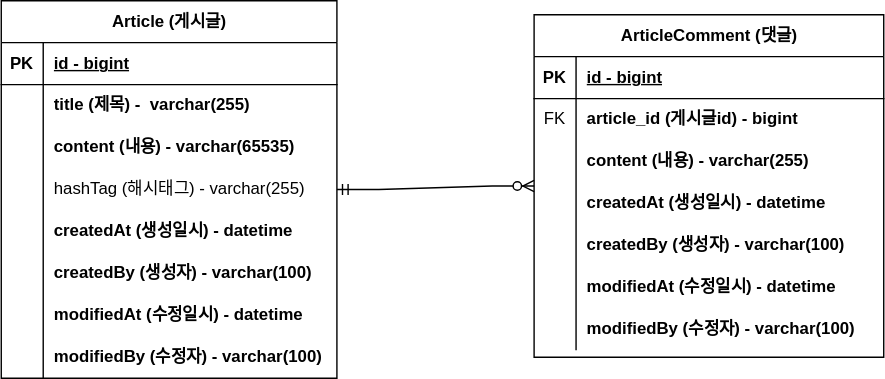
leeheeweon/Fastcampus keeps this draw.io diagram as fastcampus-project-board/document/project-board-erd.svg. Above is the earlier version. Source tidied: cells renumbered, new cells last; positions are measured from the earlier drawing's top-left corner, leaving out a move shared by most shapes.
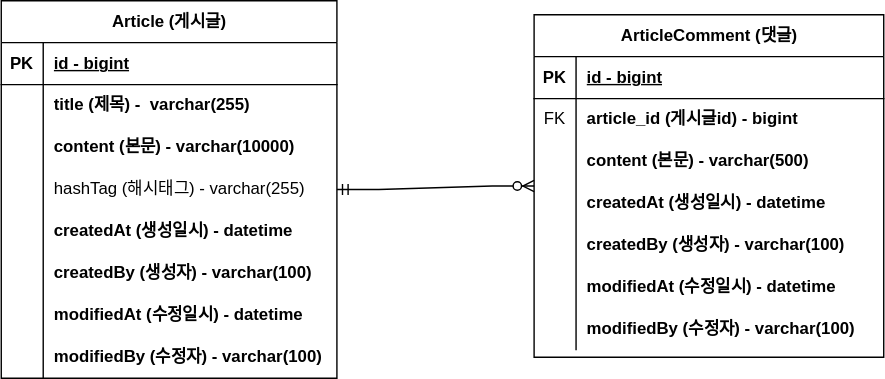
After the commit.

Commit message:
#5 - erd 수정 project-board-erd.svg 업데이트

Change to the diagram source:
```diff
@@ -29,7 +29,7 @@
     <mxCell id="10" style="shape=partialRectangle;fillColor=none;top=0;left=0;bottom=0;right=0;overflow=hidden;whiteSpace=wrap;html=1;" parent="9" vertex="1">
       <mxGeometry width="30" height="30" as="geometry" />
     </mxCell>
-    <mxCell id="11" value="content (내용) - varchar(65535)" style="shape=partialRectangle;fillColor=none;top=0;left=0;bottom=0;right=0;align=left;spacingLeft=6;overflow=hidden;whiteSpace=wrap;html=1;fontStyle=1;" parent="9" vertex="1">
+    <mxCell id="11" value="content (본문) - varchar(10000)" style="shape=partialRectangle;fillColor=none;top=0;left=0;bottom=0;right=0;align=left;spacingLeft=6;overflow=hidden;whiteSpace=wrap;html=1;fontStyle=1;" parent="9" vertex="1">
       <mxGeometry x="30" width="210" height="30" as="geometry" />
     </mxCell>
     <mxCell id="12" style="shape=tableRow;horizontal=0;startSize=0;swimlaneHead=0;swimlaneBody=0;fillColor=none;top=0;left=0;right=0;bottom=0;" parent="2" vertex="1">
@@ -104,7 +104,7 @@
     <mxCell id="35" style="shape=partialRectangle;fillColor=none;top=0;left=0;bottom=0;right=0;overflow=hidden;whiteSpace=wrap;html=1;" parent="34" vertex="1">
       <mxGeometry width="30" height="30" as="geometry" />
     </mxCell>
-    <mxCell id="36" value="content (내용) - varchar(255)" style="shape=partialRectangle;fillColor=none;top=0;left=0;bottom=0;right=0;align=left;spacingLeft=6;overflow=hidden;whiteSpace=wrap;html=1;fontStyle=1;" parent="34" vertex="1">
+    <mxCell id="36" value="content (본문) - varchar(500)" style="shape=partialRectangle;fillColor=none;top=0;left=0;bottom=0;right=0;align=left;spacingLeft=6;overflow=hidden;whiteSpace=wrap;html=1;fontStyle=1;" parent="34" vertex="1">
       <mxGeometry x="30" width="220" height="30" as="geometry" />
     </mxCell>
     <mxCell id="37" style="shape=tableRow;horizontal=0;startSize=0;swimlaneHead=0;swimlaneBody=0;fillColor=none;top=0;left=0;right=0;bottom=0;" parent="27" vertex="1">
```
